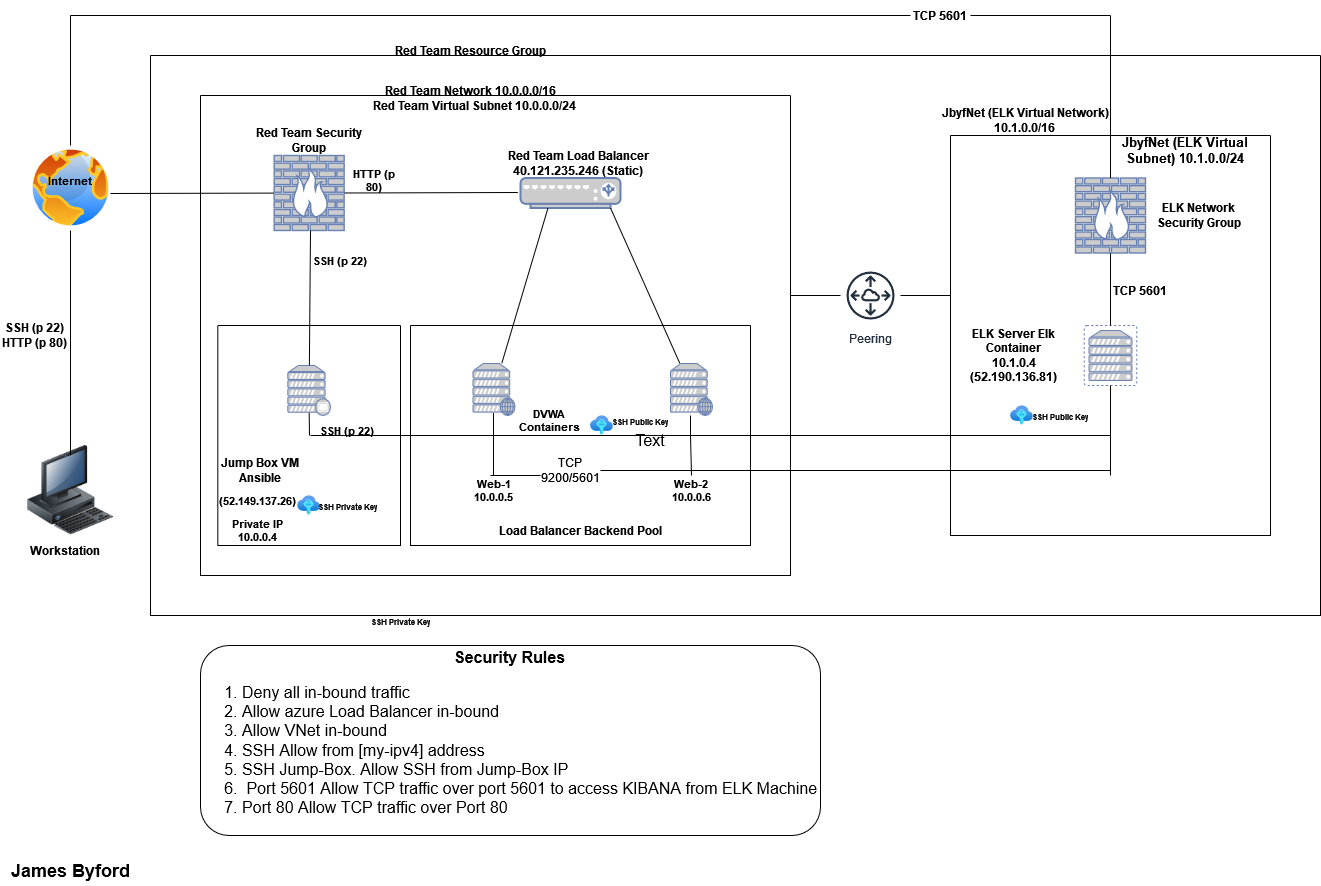
This is ELK-Stack-Deployment-Project/Images/Diagrams/Cloud_Security_with_ELKS.drawio.png from Jbyford89/ASU-CyberSecurity-Bootcamp, a draw.io export, as it was before one commit. Source tidied: cells renumbered, new cells last; positions are measured from the earlier drawing's top-left corner, leaving out a move shared by most shapes.
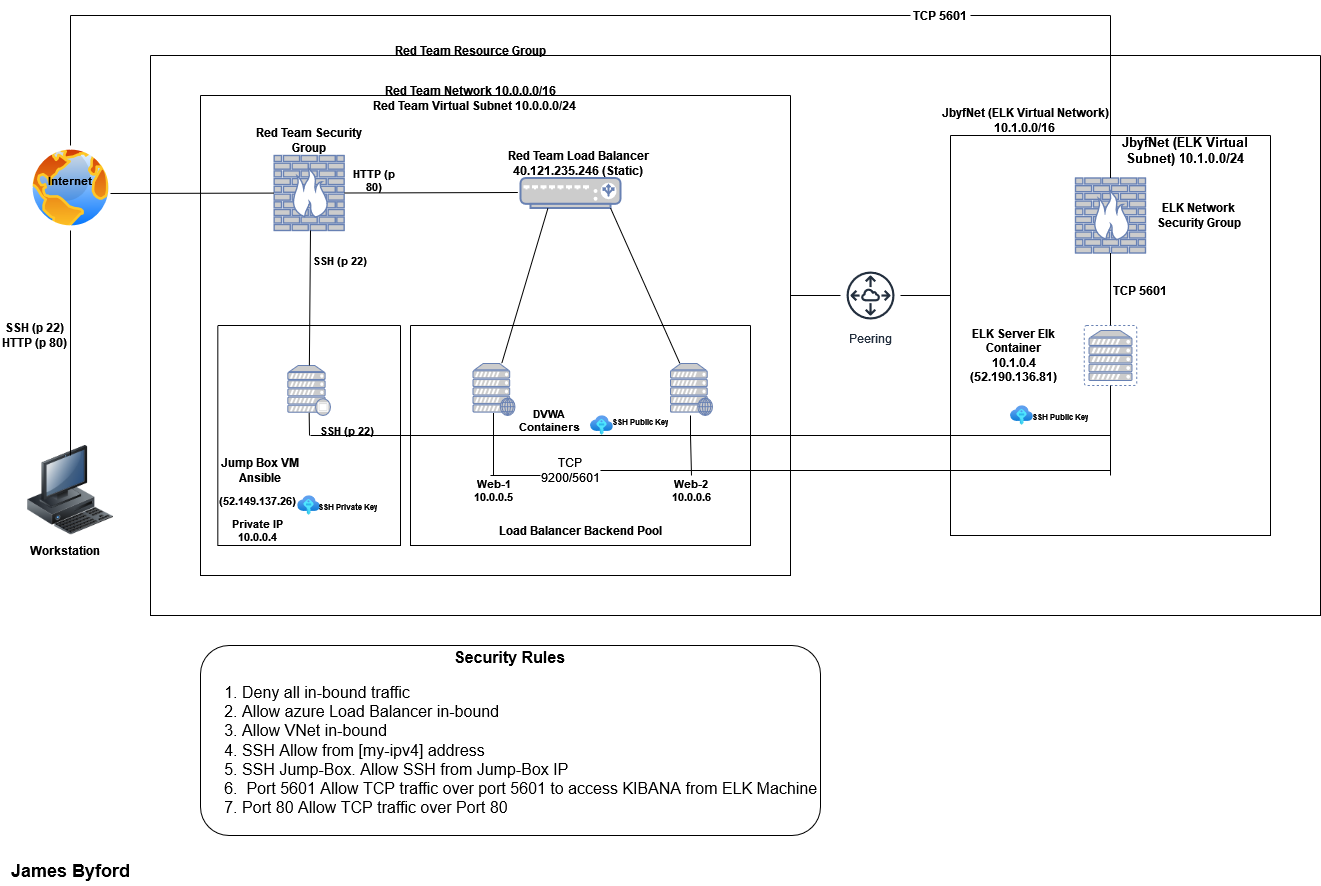
After the change.

The edit, as a diff of the source:
```diff
@@ -265,12 +265,6 @@
         <mxPoint x="1110" y="470" as="sourcePoint" />
       </mxGeometry>
     </mxCell>
-    <mxCell id="72" value="&lt;font style=&quot;font-size: 8px&quot;&gt;&lt;b&gt;SSH Private Key&lt;/b&gt;&lt;/font&gt;" style="text;html=1;strokeColor=none;fillColor=none;align=center;verticalAlign=middle;whiteSpace=wrap;rounded=0;" parent="1" vertex="1">
-      <mxGeometry x="350" y="605" width="100" height="30" as="geometry" />
-    </mxCell>
-    <mxCell id="73" value="Text" style="text;html=1;strokeColor=none;fillColor=none;align=center;verticalAlign=middle;whiteSpace=wrap;rounded=0;fontSize=16;" parent="1" vertex="1">
-      <mxGeometry x="620" y="425" width="60" height="30" as="geometry" />
-    </mxCell>
     <mxCell id="74" value="&lt;div align=&quot;center&quot;&gt;&lt;b&gt;Security Rules&lt;/b&gt;&lt;/div&gt;&lt;div align=&quot;left&quot;&gt;&lt;ol&gt;&lt;li&gt;&lt;div&gt;Deny all in-bound traffic&lt;/div&gt;&lt;/li&gt;&lt;li&gt;&lt;div&gt;Allow azure Load Balancer in-bound&lt;/div&gt;&lt;/li&gt;&lt;li&gt;&lt;div&gt;Allow VNet in-bound&lt;/div&gt;&lt;/li&gt;&lt;li&gt;&lt;div&gt;SSH Allow from [my-ipv4] address&lt;/div&gt;&lt;/li&gt;&lt;li&gt;SSH Jump-Box. Allow SSH from Jump-Box IP&lt;/li&gt;&lt;li&gt;&amp;nbsp;Port 5601 Allow TCP traffic over port 5601 to access KIBANA from ELK Machine&lt;/li&gt;&lt;li&gt;Port 80 Allow TCP traffic over Port 80&lt;br&gt;&lt;/li&gt;&lt;/ol&gt;&lt;/div&gt;" style="rounded=1;whiteSpace=wrap;html=1;fontSize=16;align=left;" parent="1" vertex="1">
       <mxGeometry x="200" y="645" width="620" height="190" as="geometry" />
     </mxCell>
```
